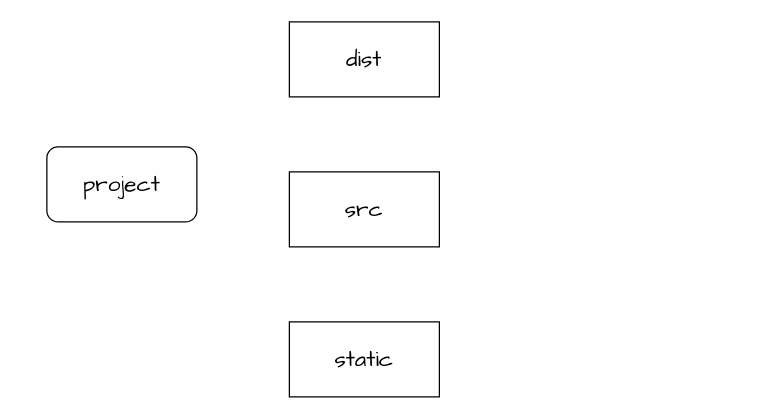
The draw.io diagram 项目目录.drawio in jianmofashi/test, before the edit. Source tidied: cells renumbered, new cells numbered last; positions are measured from the earlier drawing's top-left corner, leaving out a move shared by most shapes. Both pictures are drawn from the tidied source at 125%, with x=0, y=0 at pixel (46, 21).
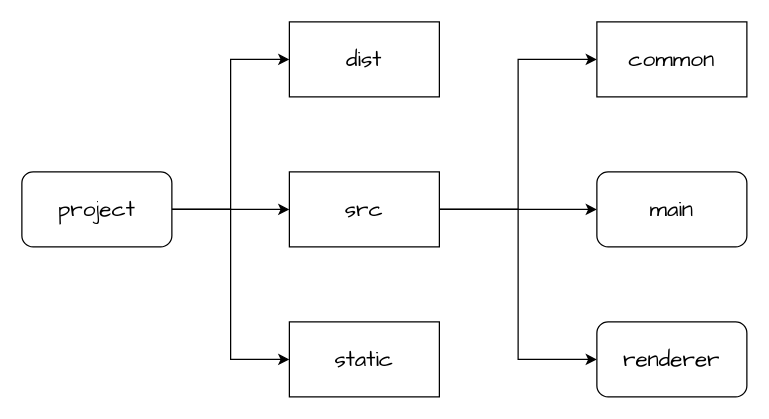
The same page after the edit.

Commit message (it also covers changes not shown here):
更新项目目录.drawio

The edit, as a diff of the source:
```diff
@@
 <mxGraphModel>
   <root>
     <mxCell id="0" />
     <mxCell id="1" parent="0" />
+    <mxCell id="6" style="edgeStyle=orthogonalEdgeStyle;rounded=0;jettySize=auto;html=1;exitX=1;exitY=0.5;exitDx=0;exitDy=0;entryX=0;entryY=0.5;entryDx=0;entryDy=0;" parent="1" edge="1" source="2" target="3">
+      <mxGeometry relative="1" as="geometry" />
+    </mxCell>
+    <mxCell id="7" style="edgeStyle=orthogonalEdgeStyle;rounded=0;jettySize=auto;html=1;" parent="1" edge="1" source="2" target="4">
+      <mxGeometry relative="1" as="geometry">
+        <Array as="points">
+          <mxPoint x="150" y="150" />
+          <mxPoint x="150" y="150" />
+        </Array>
+      </mxGeometry>
+    </mxCell>
+    <mxCell id="8" style="edgeStyle=orthogonalEdgeStyle;rounded=0;jettySize=auto;html=1;exitX=1;exitY=0.5;exitDx=0;exitDy=0;entryX=0;entryY=0.5;entryDx=0;entryDy=0;" parent="1" edge="1" source="2" target="5">
+      <mxGeometry relative="1" as="geometry" />
+    </mxCell>
     <mxCell id="2" value="&lt;font style=&quot;font-size: 18px;&quot; face=&quot;Comic Sans MS&quot;&gt;project&lt;/font&gt;" style="rounded=1;whiteSpace=wrap;html=1;" parent="1" vertex="1">
-      <mxGeometry y="100" width="120" height="60" as="geometry" />
+      <mxGeometry x="-20" y="120" width="120" height="60" as="geometry" />
     </mxCell>
     <mxCell id="3" value="&lt;font style=&quot;font-size: 18px;&quot; face=&quot;Comic Sans MS&quot;&gt;dist&lt;/font&gt;" style="rounded=0;whiteSpace=wrap;html=1;fillColor=#FFFFFF;" parent="1" vertex="1">
       <mxGeometry x="194" width="120" height="60" as="geometry" />
     </mxCell>
+    <mxCell id="9" style="edgeStyle=orthogonalEdgeStyle;rounded=0;jettySize=auto;html=1;exitX=1;exitY=0.5;exitDx=0;exitDy=0;" parent="1" edge="1" source="4" target="12">
+      <mxGeometry relative="1" as="geometry" />
+    </mxCell>
+    <mxCell id="10" style="edgeStyle=orthogonalEdgeStyle;rounded=0;jettySize=auto;html=1;exitX=1;exitY=0.5;exitDx=0;exitDy=0;entryX=0;entryY=0.5;entryDx=0;entryDy=0;" parent="1" edge="1" source="4" target="13">
+      <mxGeometry relative="1" as="geometry" />
+    </mxCell>
+    <mxCell id="11" style="edgeStyle=orthogonalEdgeStyle;rounded=0;jettySize=auto;html=1;exitX=1;exitY=0.5;exitDx=0;exitDy=0;entryX=0;entryY=0.5;entryDx=0;entryDy=0;" parent="1" edge="1" source="4" target="14">
+      <mxGeometry relative="1" as="geometry" />
+    </mxCell>
     <mxCell id="4" value="&lt;font style=&quot;font-size: 18px;&quot; face=&quot;Comic Sans MS&quot;&gt;src&lt;/font&gt;" style="rounded=0;whiteSpace=wrap;html=1;" parent="1" vertex="1">
       <mxGeometry x="194" y="120" width="120" height="60" as="geometry" />
     </mxCell>
     <mxCell id="5" value="&lt;font style=&quot;font-size: 18px;&quot; face=&quot;Comic Sans MS&quot;&gt;static&lt;/font&gt;" style="rounded=0;whiteSpace=wrap;html=1;" parent="1" vertex="1">
       <mxGeometry x="194" y="240" width="120" height="60" as="geometry" />
     </mxCell>
+    <mxCell id="12" value="&lt;font style=&quot;font-size: 18px;&quot; face=&quot;Comic Sans MS&quot;&gt;main&lt;/font&gt;" style="rounded=1;whiteSpace=wrap;html=1;" parent="1" vertex="1">
+      <mxGeometry x="440" y="120" width="120" height="60" as="geometry" />
+    </mxCell>
+    <mxCell id="13" value="&lt;font style=&quot;font-size: 18px;&quot; face=&quot;Comic Sans MS&quot;&gt;renderer&lt;/font&gt;" style="rounded=1;whiteSpace=wrap;html=1;" parent="1" vertex="1">
+      <mxGeometry x="440" y="240" width="120" height="60" as="geometry" />
+    </mxCell>
+    <mxCell id="14" value="&lt;font style=&quot;font-size: 18px;&quot; face=&quot;Comic Sans MS&quot;&gt;common&lt;/font&gt;" style="rounded=0;whiteSpace=wrap;html=1;" parent="1" vertex="1">
+      <mxGeometry x="440" width="120" height="60" as="geometry" />
+    </mxCell>
   </root>
 </mxGraphModel>
```
